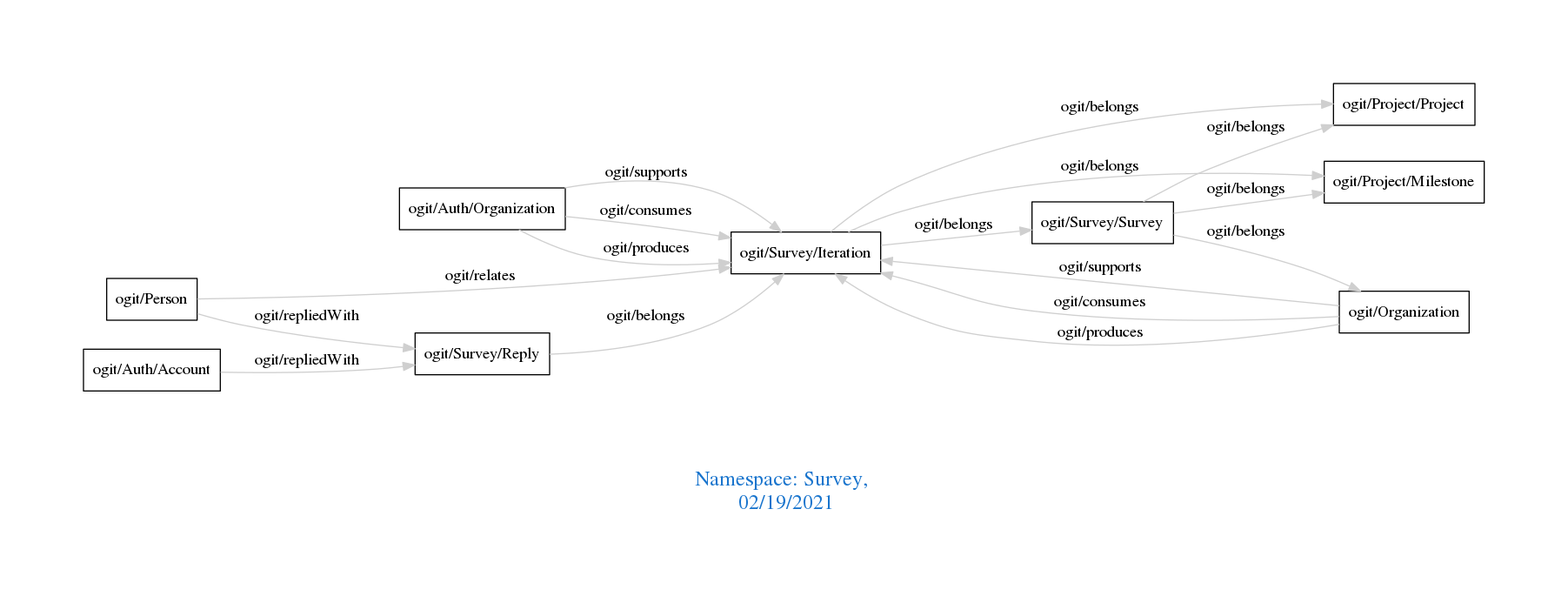
This is downloads/Survey.png from arago/OGIT, a Graphviz export, as it was before one commit. Its source is kept beside it as downloads/Survey.dot.
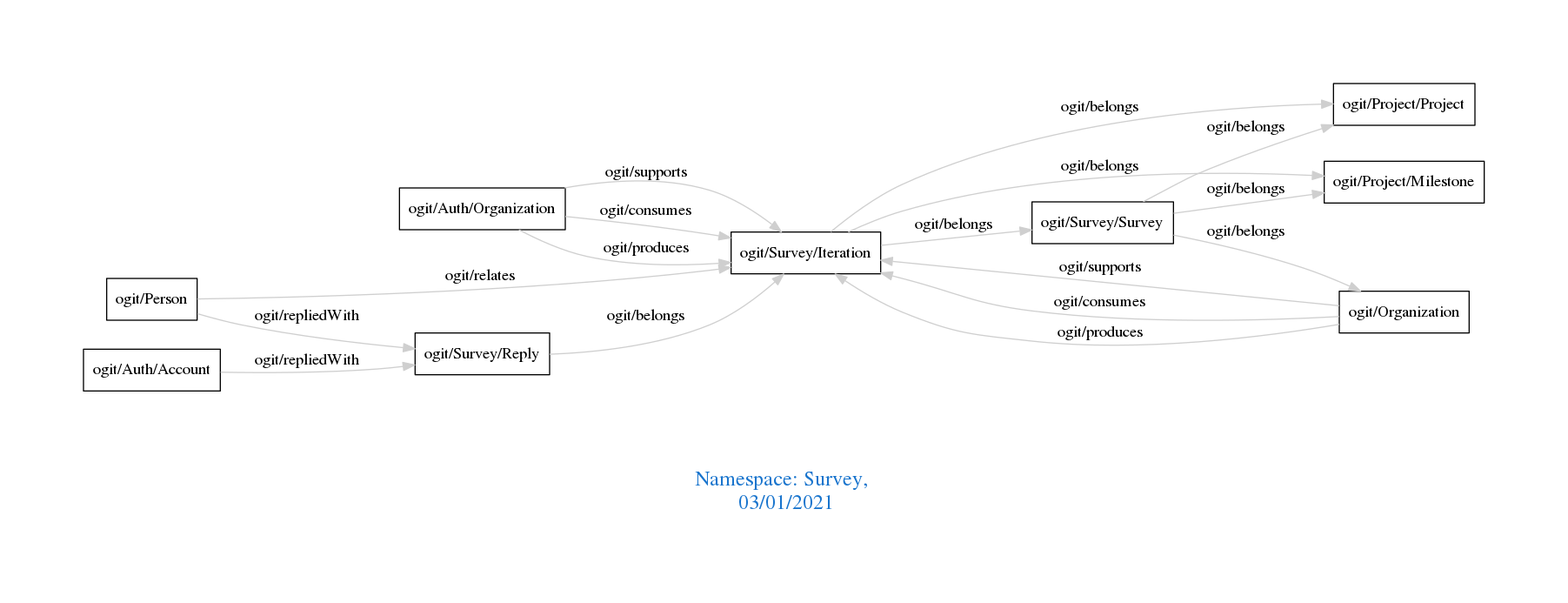
The same file after the commit.

What changed in the source:
```diff
@@ -1,7 +1,7 @@
 digraph OGIT_ontology {
  graph [ rankdir= LR,pad=1
 fontsize = 18,
-fontcolor= dodgerblue3,label = "\n\n\nNamespace: Survey, \n 02/19/2021"];
+fontcolor= dodgerblue3,label = "\n\n\nNamespace: Survey, \n 03/01/2021"];
 node[shape=polygon];
 edge [  color="gray81"];
 
```
